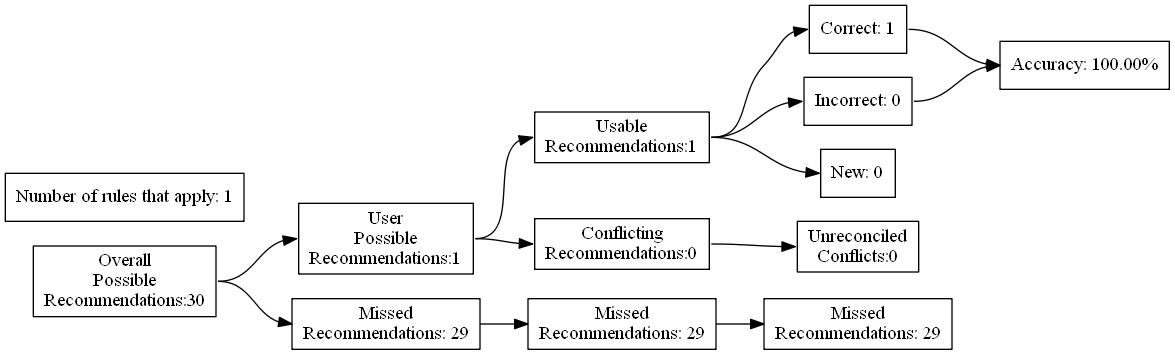
ZaxR/ibd_diet_analysis keeps this Graphviz diagram as test_renders/17.gv.png. Above is the earlier version. Its source is kept beside it as test_renders/17.gv.
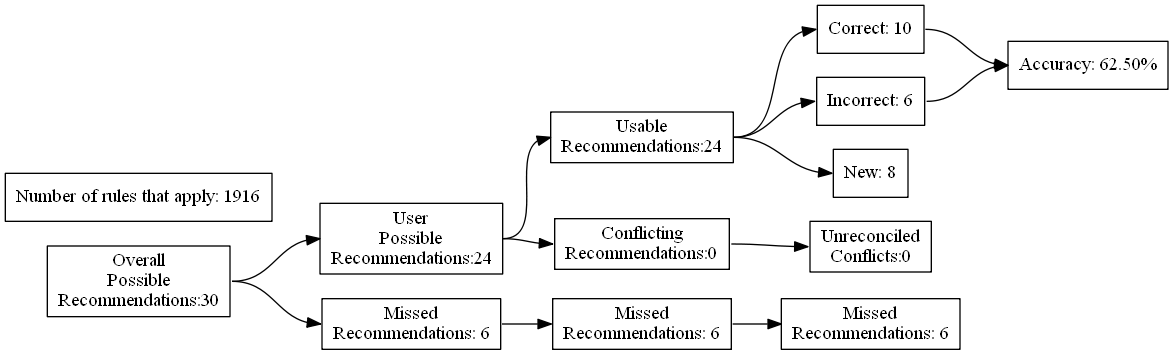
After the commit.

Diff of the diagram source:
```diff
@@ -7,24 +7,24 @@
 Recommendations:30"]
 		B [label="User
 Possible
-Recommendations:1"]
+Recommendations:24"]
 		C [label="Missed
-Recommendations: 29"]
+Recommendations: 6"]
 		D [label="Usable
-Recommendations:1"]
+Recommendations:24"]
 		E [label="Conflicting
 Recommendations:0"]
 		J [label="Missed
-Recommendations: 29"]
+Recommendations: 6"]
 		M [label="Unreconciled
 Conflicts:0"]
-		F [label="Correct: 1"]
-		G [label="Incorrect: 0"]
-		H [label="New: 0"]
+		F [label="Correct: 10"]
+		G [label="Incorrect: 6"]
+		H [label="New: 8"]
 		K [label="Missed
-Recommendations: 29"]
-		I [label="Accuracy: 100.00%"]
-		l [label="Number of rules that apply: 1"]
+Recommendations: 6"]
+		I [label="Accuracy: 62.50%"]
+		l [label="Number of rules that apply: 1916"]
 			A -> B
 			A -> C
 			B -> D
```
